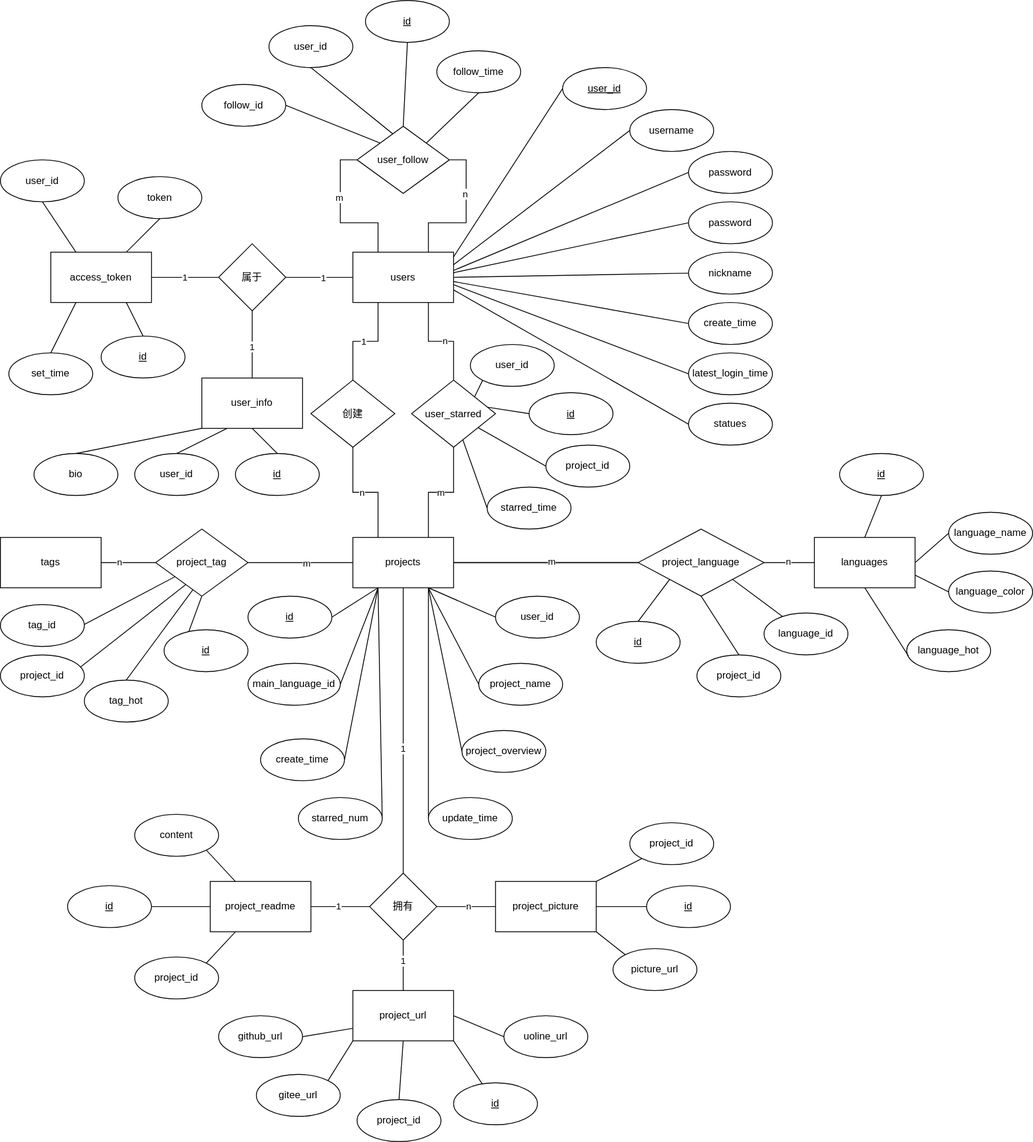
zhouxusoft/ProjectDisplayPlatform keeps this draw.io diagram as E-RDatabase.svg. Above is the earlier version. Source tidied: cells renumbered, new cells last; positions are measured from the earlier drawing's top-left corner, leaving out a move shared by most shapes.
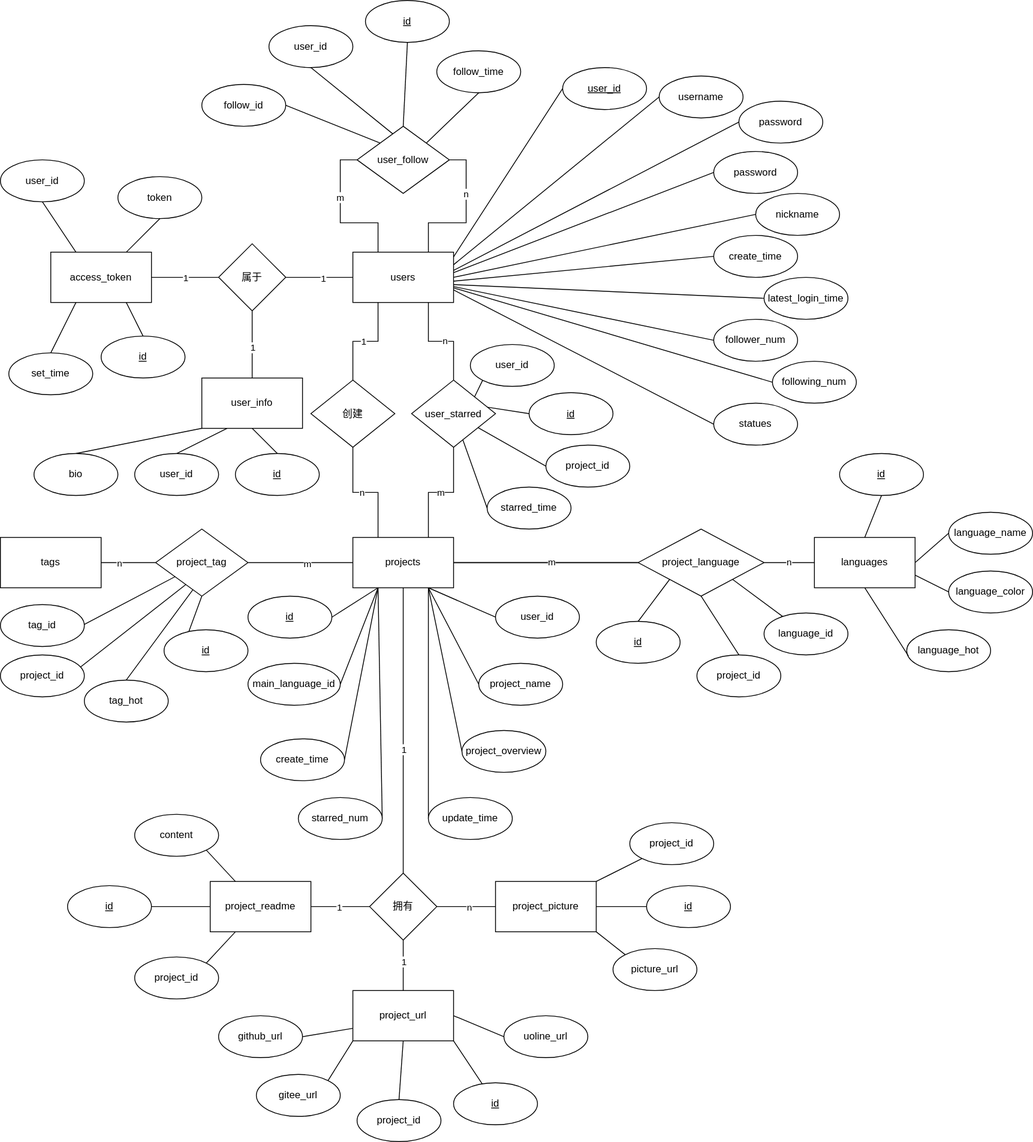
After the commit.

What changed in the source:
```diff
@@ -250,7 +250,7 @@
       <mxGeometry x="670" y="80" width="100" height="50" as="geometry" />
     </mxCell>
     <mxCell id="83" value="username" style="ellipse;whiteSpace=wrap;html=1;rounded=0;" parent="1" vertex="1">
-      <mxGeometry x="750" y="130" width="100" height="50" as="geometry" />
+      <mxGeometry x="785" y="90" width="100" height="50" as="geometry" />
     </mxCell>
     <mxCell id="84" style="edgeStyle=orthogonalEdgeStyle;rounded=0;jettySize=auto;html=1;entryX=0.75;entryY=0;entryDx=0;entryDy=0;endArrow=none;endFill=0;" parent="1" edge="1" source="88" target="36">
       <mxGeometry relative="1" as="geometry" />
@@ -268,25 +268,25 @@
       <mxGeometry x="490" y="452.5" width="100" height="80" as="geometry" />
     </mxCell>
     <mxCell id="89" value="password" style="ellipse;whiteSpace=wrap;html=1;rounded=0;" parent="1" vertex="1">
-      <mxGeometry x="820" y="180" width="100" height="50" as="geometry" />
+      <mxGeometry x="880" y="120" width="100" height="50" as="geometry" />
     </mxCell>
     <mxCell id="90" style="rounded=0;jettySize=auto;html=1;endArrow=none;endFill=0;exitX=0;exitY=0.5;exitDx=0;exitDy=0;entryX=0.999;entryY=0.409;entryDx=0;entryDy=0;entryPerimeter=0;" parent="1" edge="1" source="91" target="24">
       <mxGeometry relative="1" as="geometry" />
     </mxCell>
     <mxCell id="91" value="password" style="ellipse;whiteSpace=wrap;html=1;rounded=0;" parent="1" vertex="1">
-      <mxGeometry x="820" y="240" width="100" height="50" as="geometry" />
+      <mxGeometry x="850" y="180" width="100" height="50" as="geometry" />
     </mxCell>
     <mxCell id="92" value="nickname" style="ellipse;whiteSpace=wrap;html=1;rounded=0;" parent="1" vertex="1">
-      <mxGeometry x="820" y="300" width="100" height="50" as="geometry" />
+      <mxGeometry x="900" y="230" width="100" height="50" as="geometry" />
     </mxCell>
     <mxCell id="93" value="create_time" style="ellipse;whiteSpace=wrap;html=1;rounded=0;" parent="1" vertex="1">
-      <mxGeometry x="820" y="360" width="100" height="50" as="geometry" />
+      <mxGeometry x="850" y="280" width="100" height="50" as="geometry" />
     </mxCell>
     <mxCell id="94" value="latest_login_time" style="ellipse;whiteSpace=wrap;html=1;rounded=0;" parent="1" vertex="1">
-      <mxGeometry x="820" y="420" width="100" height="50" as="geometry" />
+      <mxGeometry x="910" y="330" width="100" height="50" as="geometry" />
     </mxCell>
     <mxCell id="95" value="statues" style="ellipse;whiteSpace=wrap;html=1;rounded=0;" parent="1" vertex="1">
-      <mxGeometry x="820" y="480" width="100" height="50" as="geometry" />
+      <mxGeometry x="850" y="480" width="100" height="50" as="geometry" />
     </mxCell>
     <mxCell id="96" value="&lt;u&gt;id&lt;/u&gt;" style="ellipse;whiteSpace=wrap;html=1;rounded=0;" parent="1" vertex="1">
       <mxGeometry x="435" width="100" height="50" as="geometry" />
@@ -483,5 +483,17 @@
     <mxCell id="158" value="picture_url" style="ellipse;whiteSpace=wrap;html=1;rounded=0;" parent="1" vertex="1">
       <mxGeometry x="730" y="1130" width="100" height="50" as="geometry" />
     </mxCell>
+    <mxCell id="159" value="follower_num" style="ellipse;whiteSpace=wrap;html=1;rounded=0;" parent="1" vertex="1">
+      <mxGeometry x="850" y="380" width="100" height="50" as="geometry" />
+    </mxCell>
+    <mxCell id="160" value="following_num" style="ellipse;whiteSpace=wrap;html=1;rounded=0;" parent="1" vertex="1">
+      <mxGeometry x="920" y="430" width="100" height="50" as="geometry" />
+    </mxCell>
+    <mxCell id="161" style="rounded=0;jettySize=auto;html=1;exitX=1.003;exitY=0.684;exitDx=0;exitDy=0;endArrow=none;endFill=0;exitPerimeter=0;entryX=0;entryY=0.5;entryDx=0;entryDy=0;" parent="1" edge="1" source="24" target="159">
+      <mxGeometry relative="1" as="geometry" />
+    </mxCell>
+    <mxCell id="162" style="rounded=0;jettySize=auto;html=1;exitX=1.003;exitY=0.711;exitDx=0;exitDy=0;entryX=0;entryY=0.5;entryDx=0;entryDy=0;endArrow=none;endFill=0;exitPerimeter=0;" parent="1" edge="1" source="24" target="160">
+      <mxGeometry relative="1" as="geometry" />
+    </mxCell>
   </root>
 </mxGraphModel>
```
